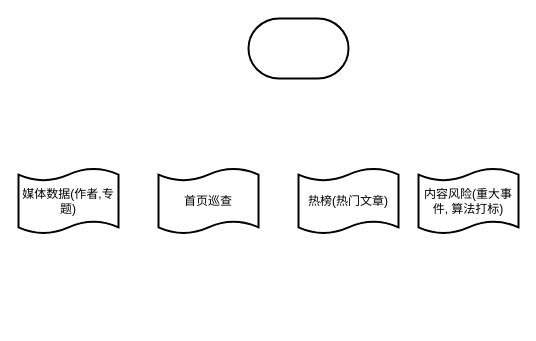
This is Untitled Diagram.drawio from iqyeah/book, a draw.io file, before an edit. Source tidied: cells renumbered, new cells numbered last; positions are measured from the earlier drawing's top-left corner, leaving out a move shared by most shapes. Both pictures are drawn from the tidied source at 100%, with x=0, y=0 at pixel (18, 18).
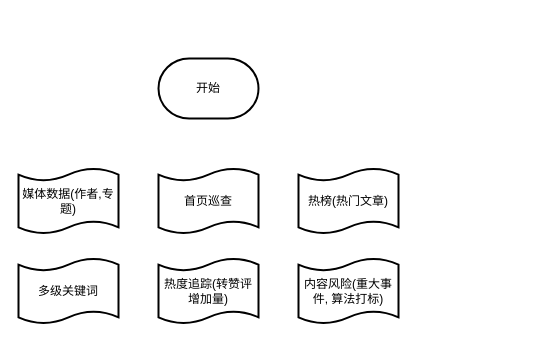
After the change.

Change to the diagram source:
```diff
@@
 <mxGraphModel>
   <root>
     <mxCell id="0" />
     <mxCell id="1" parent="0" />
-    <mxCell id="2" style="strokeWidth=2;html=1;shape=mxgraph.flowchart.terminator;whiteSpace=wrap;" parent="1" vertex="1">
-      <mxGeometry x="230" width="100" height="60" as="geometry" />
+    <mxCell id="2" value="开始" style="strokeWidth=2;html=1;shape=mxgraph.flowchart.terminator;whiteSpace=wrap;" parent="1" vertex="1">
+      <mxGeometry x="140" y="40" width="100" height="60" as="geometry" />
     </mxCell>
     <mxCell id="3" value="媒体数据(作者,专题)" style="shape=tape;whiteSpace=wrap;html=1;strokeWidth=2;size=0.19;" parent="1" vertex="1">
       <mxGeometry y="150" width="100" height="65" as="geometry" />
     </mxCell>
     <mxCell id="4" value="首页巡查" style="shape=tape;whiteSpace=wrap;html=1;strokeWidth=2;size=0.19;" parent="1" vertex="1">
       <mxGeometry x="140" y="150" width="100" height="65" as="geometry" />
     </mxCell>
     <mxCell id="5" value="热榜(热门文章)" style="shape=tape;whiteSpace=wrap;html=1;strokeWidth=2;size=0.19;" parent="1" vertex="1">
       <mxGeometry x="280" y="150" width="100" height="65" as="geometry" />
     </mxCell>
     <mxCell id="6" value="内容风险(重大事件, 算法打标)" style="shape=tape;whiteSpace=wrap;html=1;strokeWidth=2;size=0.19;" parent="1" vertex="1">
-      <mxGeometry x="400" y="150" width="100" height="65" as="geometry" />
+      <mxGeometry x="280" y="240" width="100" height="65" as="geometry" />
     </mxCell>
+    <mxCell id="7" value="多级关键词" style="shape=tape;whiteSpace=wrap;html=1;strokeWidth=2;size=0.19;" parent="1" vertex="1">
+      <mxGeometry y="240" width="100" height="65" as="geometry" />
+    </mxCell>
+    <mxCell id="8" value="热度追踪(转赞评增加量)" style="shape=tape;whiteSpace=wrap;html=1;strokeWidth=2;size=0.19;" parent="1" vertex="1">
+      <mxGeometry x="140" y="240" width="100" height="65" as="geometry" />
+    </mxCell>
   </root>
 </mxGraphModel>
```
